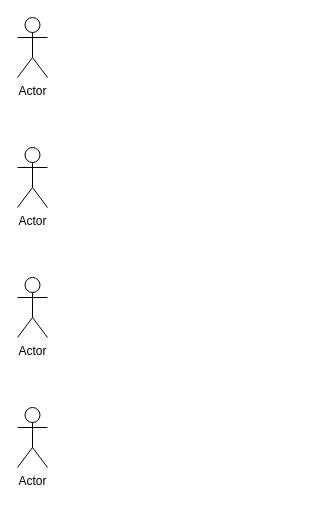
This is Диаграмма без названия.drawio from Vladimir-Hvac/DanceJournal, a draw.io file, before an edit. Source tidied: cells renumbered, new cells numbered last; positions are measured from the earlier drawing's top-left corner, leaving out a move shared by most shapes. Both pictures are drawn from the tidied source at 100%, with x=0, y=0 at pixel (17, 17).
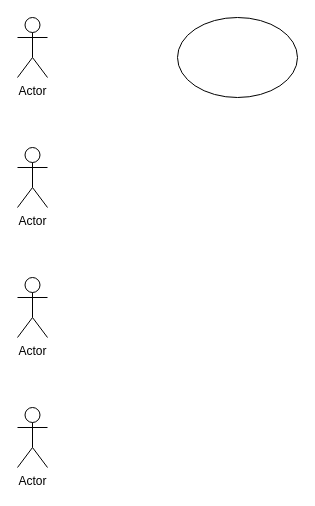
The same page after the edit.

What changed in the source:
```diff
@@
 <mxGraphModel>
   <root>
     <mxCell id="0" />
     <mxCell id="1" parent="0" />
     <mxCell id="2" value="Actor" style="shape=umlActor;verticalLabelPosition=bottom;verticalAlign=top;html=1;" parent="1" vertex="1">
       <mxGeometry width="30" height="60" as="geometry" />
     </mxCell>
     <mxCell id="3" value="Actor" style="shape=umlActor;verticalLabelPosition=bottom;verticalAlign=top;html=1;" parent="1" vertex="1">
       <mxGeometry y="130" width="30" height="60" as="geometry" />
     </mxCell>
     <mxCell id="4" value="Actor" style="shape=umlActor;verticalLabelPosition=bottom;verticalAlign=top;html=1;" parent="1" vertex="1">
       <mxGeometry y="260" width="30" height="60" as="geometry" />
     </mxCell>
     <mxCell id="5" value="Actor" style="shape=umlActor;verticalLabelPosition=bottom;verticalAlign=top;html=1;" parent="1" vertex="1">
       <mxGeometry y="390" width="30" height="60" as="geometry" />
     </mxCell>
+    <mxCell id="6" style="ellipse;whiteSpace=wrap;html=1;" parent="1" vertex="1">
+      <mxGeometry x="160" width="120" height="80" as="geometry" />
+    </mxCell>
   </root>
 </mxGraphModel>
```
